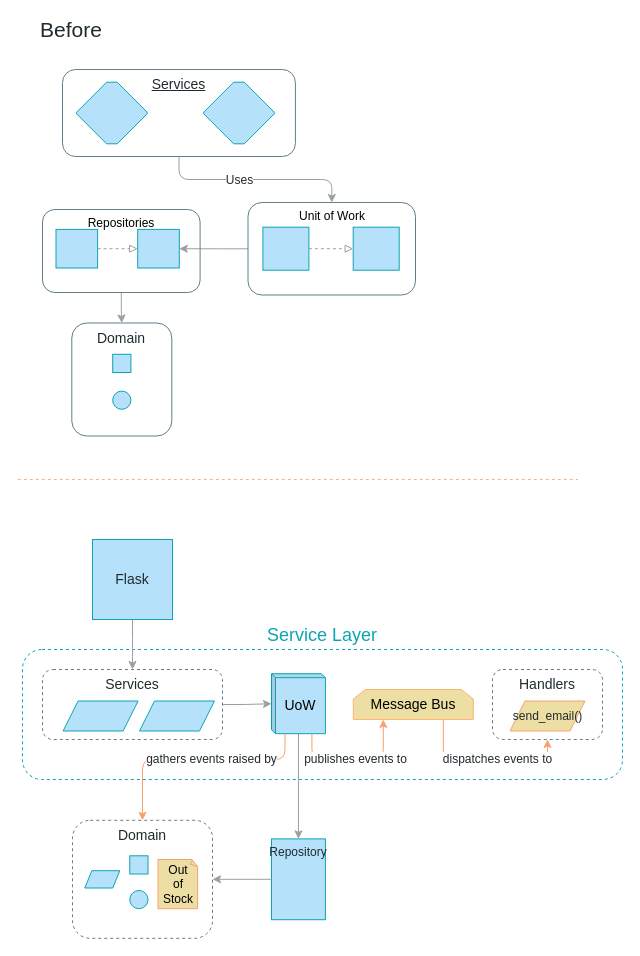
This is page "Chapter 7" (6 of 10) of maps.drawio from cosmicpython/book, a draw.io file, before an edit. Source tidied: cells renumbered, new cells numbered last; positions are measured from the earlier drawing's top-left corner, leaving out a move shared by most shapes. Both pictures are drawn from the tidied source at 100%, with x=0, y=0 at pixel (17, 19).
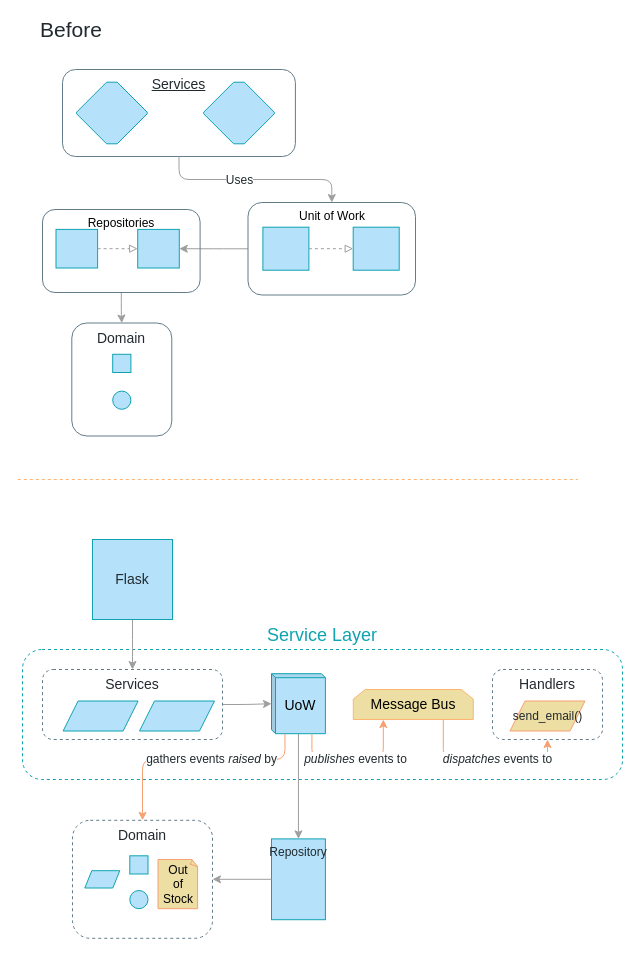
The same page after the edit.

The change refers to these unchanged cells:
```xml
<mxCell id="2" value="Handlers" style="rounded=1;whiteSpace=wrap;html=1;fontFamily=Guardian Sans Cond Light;verticalAlign=top;fontSize=14;fontColor=#212A2E;fillColor=none;strokeColor=#637C89;fontStyle=0;dashed=1;" parent="1" vertex="1">
  <mxGeometry x="475" y="650" width="110" height="70" as="geometry" />
</mxCell>
<mxCell id="29" value="UoW" style="shape=cube;whiteSpace=wrap;html=1;boundedLbl=1;backgroundOutline=1;darkOpacity=0.05;darkOpacity2=0.1;fontFamily=Guardian Sans Cond Light;fontSize=14;fontColor=#000000;align=center;strokeColor=#0FA3B1;fillColor=#B5E2FA;size=4;" parent="1" vertex="1">
  <mxGeometry x="254" y="654.2" width="53.9" height="60" as="geometry" />
</mxCell>
<mxCell id="31" value="Message Bus" style="shape=loopLimit;whiteSpace=wrap;html=1;fontFamily=Guardian Sans Cond Light;fontSize=14;fontColor=#000000;align=center;strokeColor=#FFB570;fillColor=#EDDEA4;size=12;" parent="1" vertex="1">
  <mxGeometry x="335.8" y="670" width="120" height="30" as="geometry" />
</mxCell>
<mxCell id="32" value="Domain" style="rounded=1;whiteSpace=wrap;html=1;fontFamily=Guardian Sans Cond Light;verticalAlign=top;fontSize=14;fontColor=#212A2E;fillColor=none;strokeColor=#637C89;dashed=1;" parent="1" vertex="1">
  <mxGeometry x="55" y="800.8" width="140" height="118" as="geometry" />
</mxCell>
```

Change to the diagram source:
```diff
@@
-    <mxCell id="38" value="gathers events raised by" style="edgeStyle=orthogonalEdgeStyle;jettySize=auto;html=1;strokeColor=#F7A072;fillColor=#B5E2FA;fontFamily=Guardian Sans Cond Light;fontSize=12;fontColor=#212A2E;exitX=0.25;exitY=1;exitDx=0;exitDy=0;entryX=0.5;entryY=0;entryDx=0;entryDy=0;" parent="1" edge="1" source="29" target="32">
+    <mxCell id="38" value="gathers events &lt;i&gt;raised&lt;/i&gt; by" style="edgeStyle=orthogonalEdgeStyle;jettySize=auto;html=1;strokeColor=#F7A072;fillColor=#B5E2FA;fontFamily=Guardian Sans Cond Light;fontSize=12;fontColor=#212A2E;exitX=0.25;exitY=1;exitDx=0;exitDy=0;entryX=0.5;entryY=0;entryDx=0;entryDy=0;" parent="1" edge="1" source="29" target="32">
       <mxGeometry x="-0.14" relative="1" as="geometry">
         <Array as="points">
           <mxPoint x="268" y="740" />
           <mxPoint x="125" y="740" />
         </Array>
       </mxGeometry>
     </mxCell>
-    <mxCell id="39" value="publishes events to" style="edgeStyle=orthogonalEdgeStyle;jettySize=auto;html=1;strokeColor=#F7A072;fillColor=#B5E2FA;fontFamily=Guardian Sans Cond Light;fontSize=12;fontColor=#212A2E;exitX=0.75;exitY=1;exitDx=0;exitDy=0;entryX=0.25;entryY=1;entryDx=0;entryDy=0;" parent="1" edge="1" source="29" target="31">
+    <mxCell id="39" value="&lt;i&gt;publishes&lt;/i&gt; events to" style="edgeStyle=orthogonalEdgeStyle;jettySize=auto;html=1;strokeColor=#F7A072;fillColor=#B5E2FA;fontFamily=Guardian Sans Cond Light;fontSize=12;fontColor=#212A2E;exitX=0.75;exitY=1;exitDx=0;exitDy=0;entryX=0.25;entryY=1;entryDx=0;entryDy=0;" parent="1" edge="1" source="29" target="31">
       <mxGeometry relative="1" as="geometry">
         <Array as="points">
           <mxPoint x="294" y="740" />
           <mxPoint x="365" y="740" />
         </Array>
       </mxGeometry>
     </mxCell>
-    <mxCell id="40" value="dispatches events to" style="edgeStyle=orthogonalEdgeStyle;jettySize=auto;html=1;strokeColor=#F7A072;fillColor=#B5E2FA;fontFamily=Guardian Sans Cond Light;fontSize=12;fontColor=#212A2E;exitX=0.75;exitY=1;exitDx=0;exitDy=0;entryX=0.5;entryY=1;entryDx=0;entryDy=0;" parent="1" edge="1" source="31" target="2">
+    <mxCell id="40" value="&lt;i&gt;dispatches&lt;/i&gt; events to" style="edgeStyle=orthogonalEdgeStyle;jettySize=auto;html=1;strokeColor=#F7A072;fillColor=#B5E2FA;fontFamily=Guardian Sans Cond Light;fontSize=12;fontColor=#212A2E;exitX=0.75;exitY=1;exitDx=0;exitDy=0;entryX=0.5;entryY=1;entryDx=0;entryDy=0;" parent="1" edge="1" source="31" target="2">
       <mxGeometry x="0.14" relative="1" as="geometry">
         <Array as="points">
           <mxPoint x="425" y="740" />
           <mxPoint x="530" y="740" />
         </Array>
       </mxGeometry>
     </mxCell>
```
